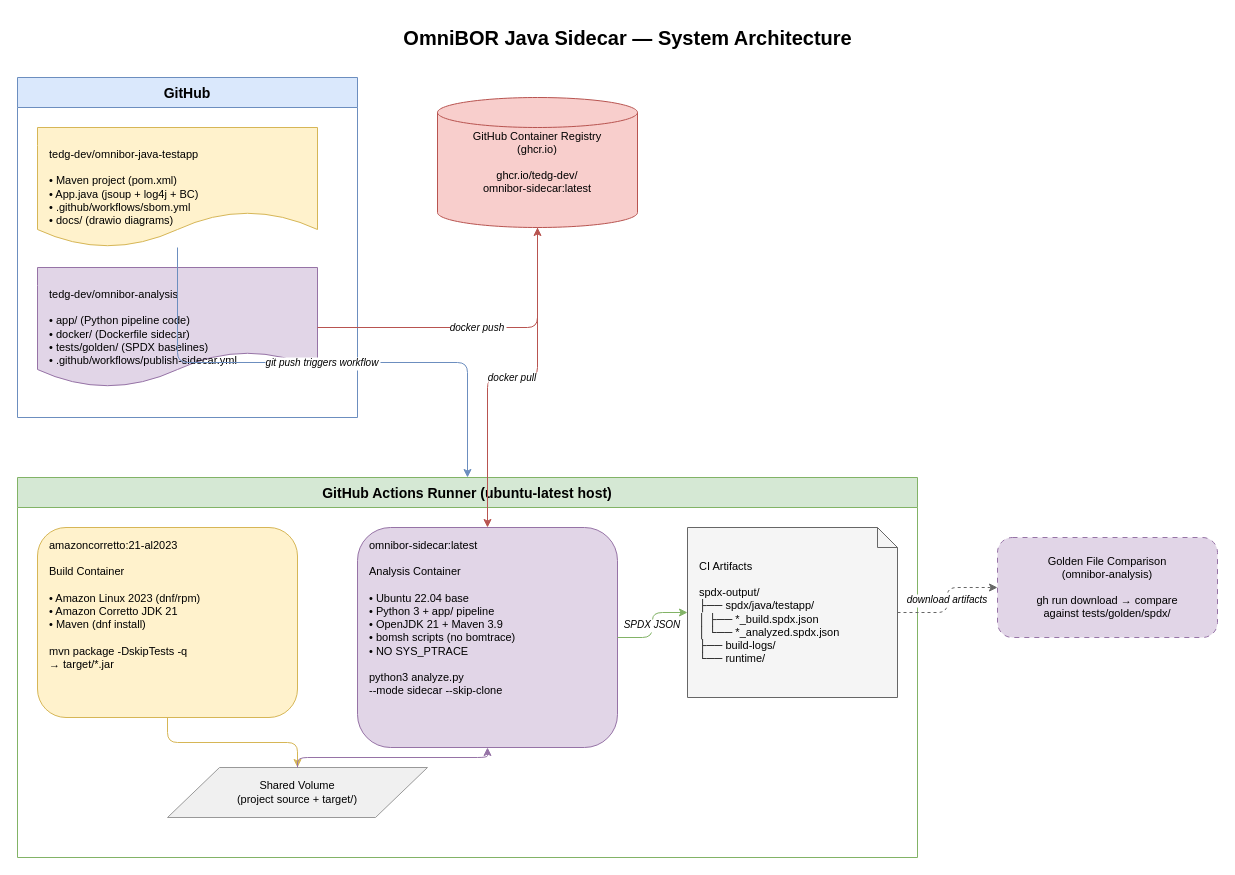
Before: docs/architecture.drawio in tedg-dev/omnibor-java-testapp, a draw.io diagram. Source tidied: cells renumbered, new cells numbered last; positions are measured from the earlier drawing's top-left corner, leaving out a move shared by most shapes. Both pictures are drawn from the tidied source at 100%, with x=0, y=0 at pixel (17, 17).
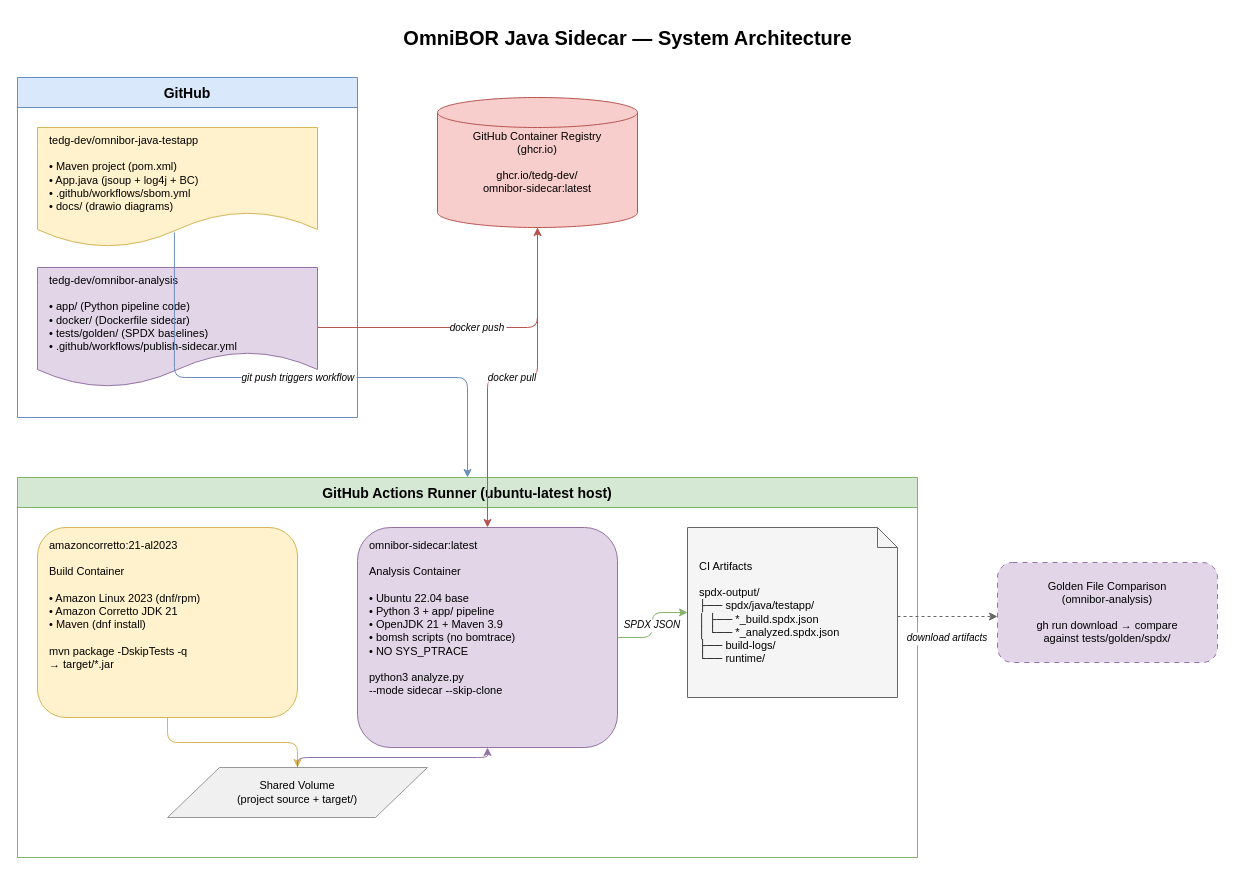
Above is the later version.

The change refers to these unchanged cells:
```xml
<mxCell id="3" value="GitHub" style="swimlane;startSize=30;fillColor=#dae8fc;strokeColor=#6c8ebf;fontSize=14;fontStyle=1;" parent="1" vertex="1">
  <mxGeometry y="60" width="340" height="340" as="geometry" />
</mxCell>
<mxCell id="8" value="GitHub Actions Runner (ubuntu-latest host)" style="swimlane;startSize=30;fillColor=#d5e8d4;strokeColor=#82b366;fontSize=14;fontStyle=1;" parent="1" vertex="1">
  <mxGeometry y="460" width="900" height="380" as="geometry" />
</mxCell>
<mxCell id="11" value="CI Artifacts&#10;&#10;spdx-output/&#10;├── spdx/java/testapp/&#10;│   ├── *_build.spdx.json&#10;│   └── *_analyzed.spdx.json&#10;├── build-logs/&#10;└── runtime/" style="shape=note;whiteSpace=wrap;html=1;fillColor=#f5f5f5;strokeColor=#666666;fontSize=11;align=left;spacingLeft=10;size=20;" parent="8" vertex="1">
  <mxGeometry x="670" y="50" width="210" height="170" as="geometry" />
</mxCell>
```

The edit, as a diff of the source:
```diff
@@
-    <mxCell id="4" value="tedg-dev/omnibor-java-testapp&#10;&#10;• Maven project (pom.xml)&#10;• App.java (jsoup + log4j + BC)&#10;• .github/workflows/sbom.yml&#10;• docs/ (drawio diagrams)" style="shape=document;whiteSpace=wrap;html=1;fillColor=#fff2cc;strokeColor=#d6b656;fontSize=11;align=left;spacingLeft=10;" parent="3" vertex="1">
+    <mxCell id="4" value="tedg-dev/omnibor-java-testapp&#10;&#10;• Maven project (pom.xml)&#10;• App.java (jsoup + log4j + BC)&#10;• .github/workflows/sbom.yml&#10;• docs/ (drawio diagrams)" style="shape=document;whiteSpace=wrap;html=1;fillColor=#fff2cc;strokeColor=#d6b656;fontSize=11;align=left;spacingLeft=10;verticalAlign=top;" parent="3" vertex="1">
       <mxGeometry x="20" y="50" width="280" height="120" as="geometry" />
     </mxCell>
-    <mxCell id="5" value="tedg-dev/omnibor-analysis&#10;&#10;• app/ (Python pipeline code)&#10;• docker/ (Dockerfile sidecar)&#10;• tests/golden/ (SPDX baselines)&#10;• .github/workflows/publish-sidecar.yml" style="shape=document;whiteSpace=wrap;html=1;fillColor=#e1d5e7;strokeColor=#9673a6;fontSize=11;align=left;spacingLeft=10;" parent="3" vertex="1">
+    <mxCell id="5" value="tedg-dev/omnibor-analysis&#10;&#10;• app/ (Python pipeline code)&#10;• docker/ (Dockerfile sidecar)&#10;• tests/golden/ (SPDX baselines)&#10;• .github/workflows/publish-sidecar.yml" style="shape=document;whiteSpace=wrap;html=1;fillColor=#e1d5e7;strokeColor=#9673a6;fontSize=11;align=left;spacingLeft=10;verticalAlign=top;" parent="3" vertex="1">
       <mxGeometry x="20" y="190" width="280" height="120" as="geometry" />
     </mxCell>
@@
-    <mxCell id="17" value="git push triggers workflow" style="edgeStyle=orthogonalEdgeStyle;rounded=1;strokeColor=#6c8ebf;fontStyle=2;fontSize=10;" parent="1" edge="1" source="4" target="8">
-      <mxGeometry relative="1" as="geometry" />
+    <mxCell id="17" value="git push triggers workflow" style="edgeStyle=orthogonalEdgeStyle;rounded=1;strokeColor=#6c8ebf;fontStyle=2;fontSize=10;exitX=0.489;exitY=0.875;exitDx=0;exitDy=0;exitPerimeter=0;" parent="1" edge="1" source="4" target="8">
+      <mxGeometry relative="1" as="geometry">
+        <Array as="points">
+          <mxPoint x="157" y="360" />
+          <mxPoint x="450" y="360" />
+        </Array>
+      </mxGeometry>
     </mxCell>
     <mxCell id="18" value="Golden File Comparison&#10;(omnibor-analysis)&#10;&#10;gh run download → compare&#10;against tests/golden/spdx/" style="rounded=1;whiteSpace=wrap;html=1;fillColor=#e1d5e7;strokeColor=#9673a6;fontSize=11;dashed=1;dashPattern=5 5;" parent="1" vertex="1">
-      <mxGeometry x="980" y="520" width="220" height="100" as="geometry" />
+      <mxGeometry x="980" y="545" width="220" height="100" as="geometry" />
     </mxCell>
-    <mxCell id="19" value="download artifacts" style="edgeStyle=orthogonalEdgeStyle;rounded=1;strokeColor=#666;fontStyle=2;fontSize=10;dashed=1;" parent="1" edge="1" source="11" target="18">
-      <mxGeometry relative="1" as="geometry" />
+    <mxCell id="19" value="download artifacts" style="edgeStyle=orthogonalEdgeStyle;rounded=1;strokeColor=#666;fontStyle=2;fontSize=10;dashed=1;" parent="1" edge="1">
+      <mxGeometry y="-21" relative="1" as="geometry">
+        <mxPoint x="880" y="599" as="sourcePoint" />
+        <mxPoint x="980" y="599" as="targetPoint" />
+      </mxGeometry>
     </mxCell>
```
